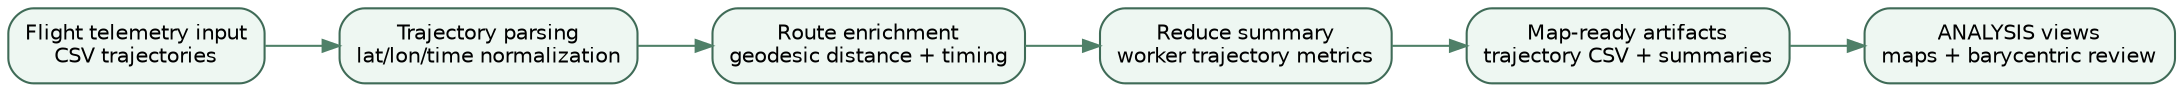
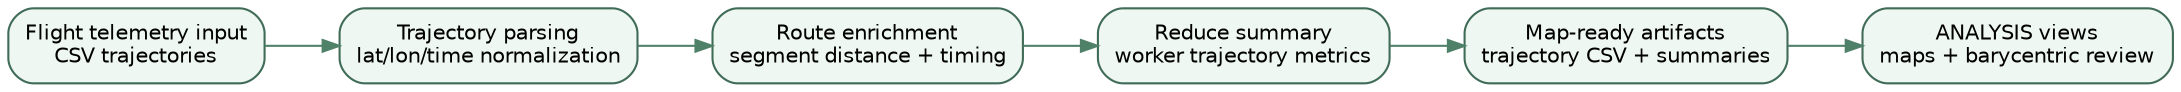
digraph flight_pipeline {
  rankdir=LR;
  graph [fontname="Helvetica", fontsize=10];
  node [shape=box, style="rounded,filled", fillcolor="#EEF7F2", color="#3F6B57", fontname="Helvetica", fontsize=10];
  edge [color="#4F8068", arrowsize=0.8];

  dataset [label="Flight telemetry input\nCSV trajectories"];
  decode [label="Trajectory parsing\nlat/lon/time normalization"];
-   enrich [label="Route enrichment\ngeodesic distance + timing"];
+   enrich [label="Route enrichment\nsegment distance + timing"];
  reduce [label="Reduce summary\nworker trajectory metrics"];
  artifacts [label="Map-ready artifacts\ntrajectory CSV + summaries"];
  analysis [label="ANALYSIS views\nmaps + barycentric review"];

  dataset -> decode -> enrich -> reduce -> artifacts -> analysis;
}
